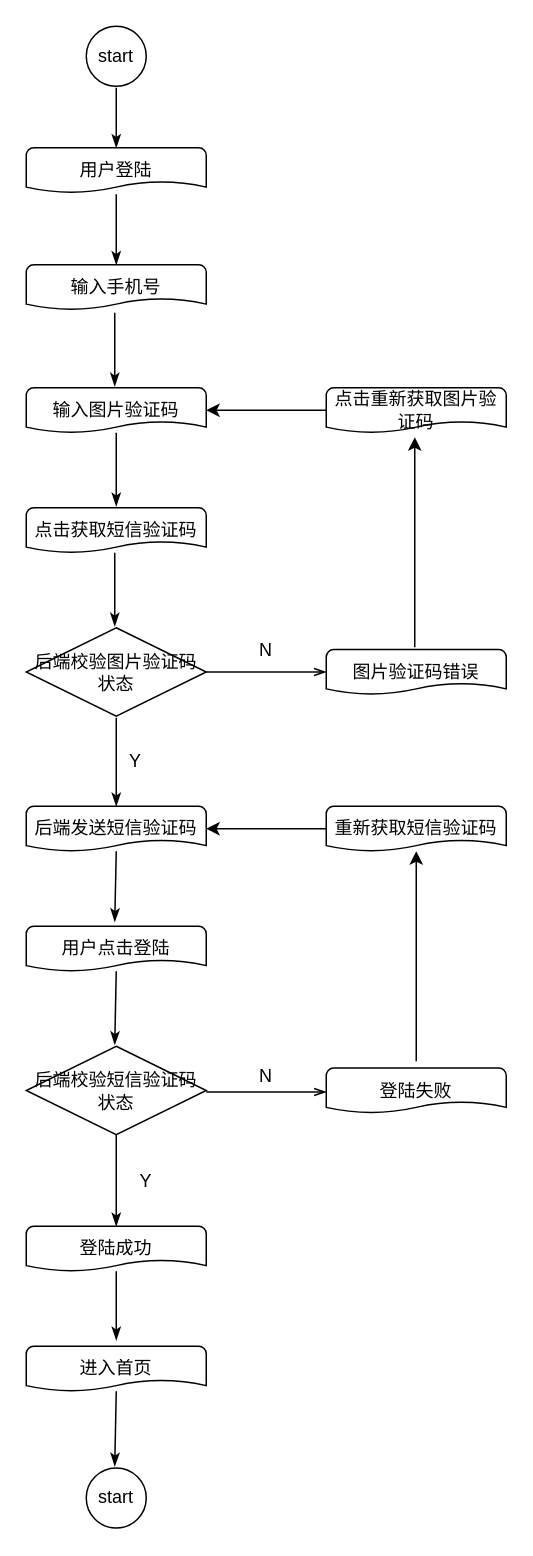
The draw.io diagram 未命名表单.drawio in chenrushui/draw, before the edit. Source tidied: cells renumbered, new cells numbered last; positions are measured from the earlier drawing's top-left corner, leaving out a move shared by most shapes. Both pictures are drawn from the tidied source at 150%, with x=0, y=0 at pixel (26, 26).
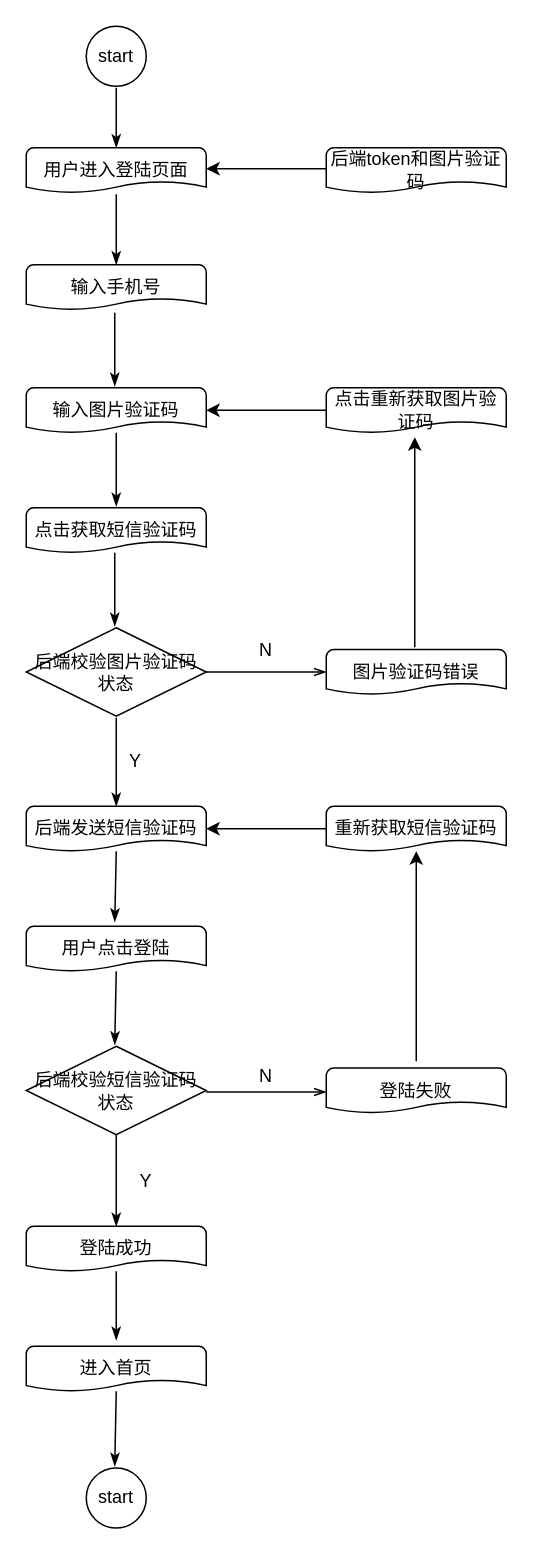
The same diagram, later.

Commit message:
安全登陆流程图.drawio

The edit, as a diff of the source:
```diff
@@
-    <mxCell id="3" value="用户登陆" style="strokeWidth=1;html=1;shape=mxgraph.flowchart.document2;whiteSpace=wrap;size=0.25;" parent="1" vertex="1">
+    <mxCell id="3" value="用户进入登陆页面" style="strokeWidth=1;html=1;shape=mxgraph.flowchart.document2;whiteSpace=wrap;size=0.25;" parent="1" vertex="1">
       <mxGeometry y="81" width="120" height="30" as="geometry" />
     </mxCell>
@@
+    <mxCell id="39" value="后端token和图片验证码" style="strokeWidth=1;html=1;shape=mxgraph.flowchart.document2;whiteSpace=wrap;size=0.25;" parent="1" vertex="1">
+      <mxGeometry x="200" y="81" width="120" height="30" as="geometry" />
+    </mxCell>
+    <mxCell id="40" style="endArrow=classic;html=1;exitX=0;exitY=0.5;exitDx=0;exitDy=0;" parent="1" edge="1">
+      <mxGeometry relative="1" as="geometry">
+        <mxPoint x="200" y="95" as="sourcePoint" />
+        <mxPoint x="120" y="95" as="targetPoint" />
+      </mxGeometry>
+    </mxCell>
```
